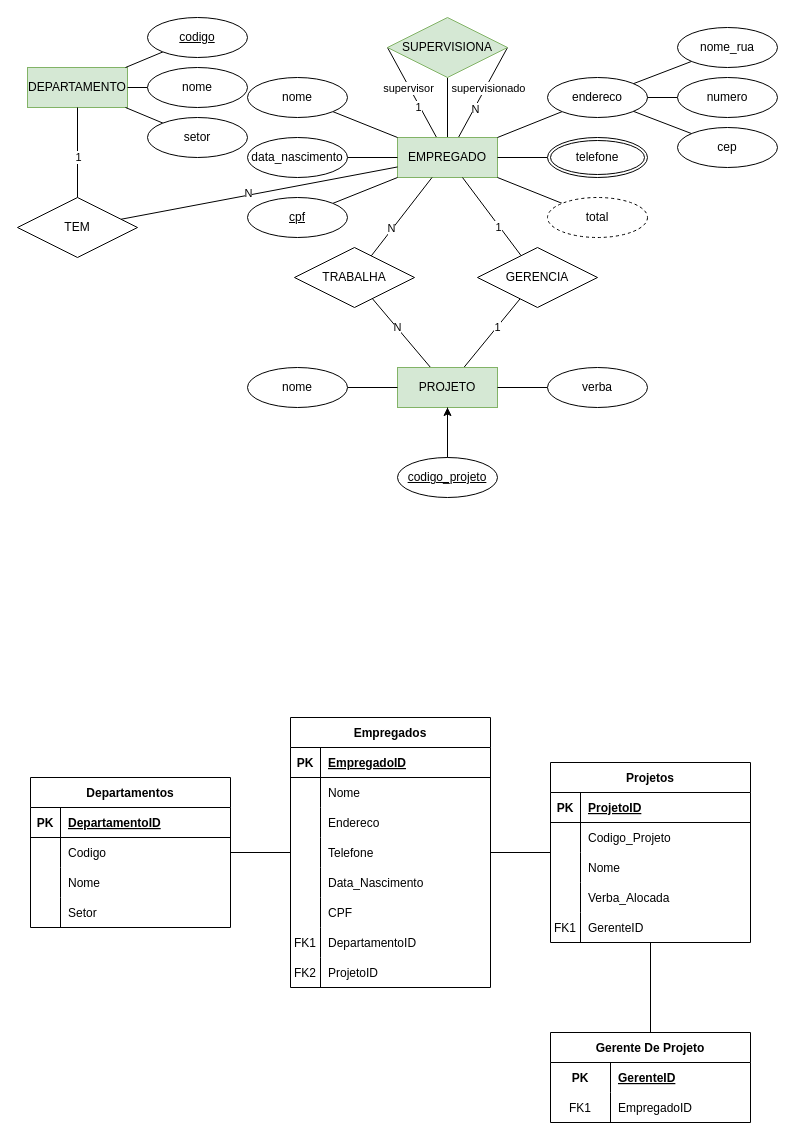
AristoEinstein/db-fundamentals keeps this draw.io diagram as aula2-minimundo-empresa.drawio. Above is the earlier version. Source tidied: cells renumbered, new cells numbered last; positions are measured from the earlier drawing's top-left corner, leaving out a move shared by most shapes. Both pictures are drawn from the tidied source at 100%, with x=0, y=0 at pixel (17, 17).
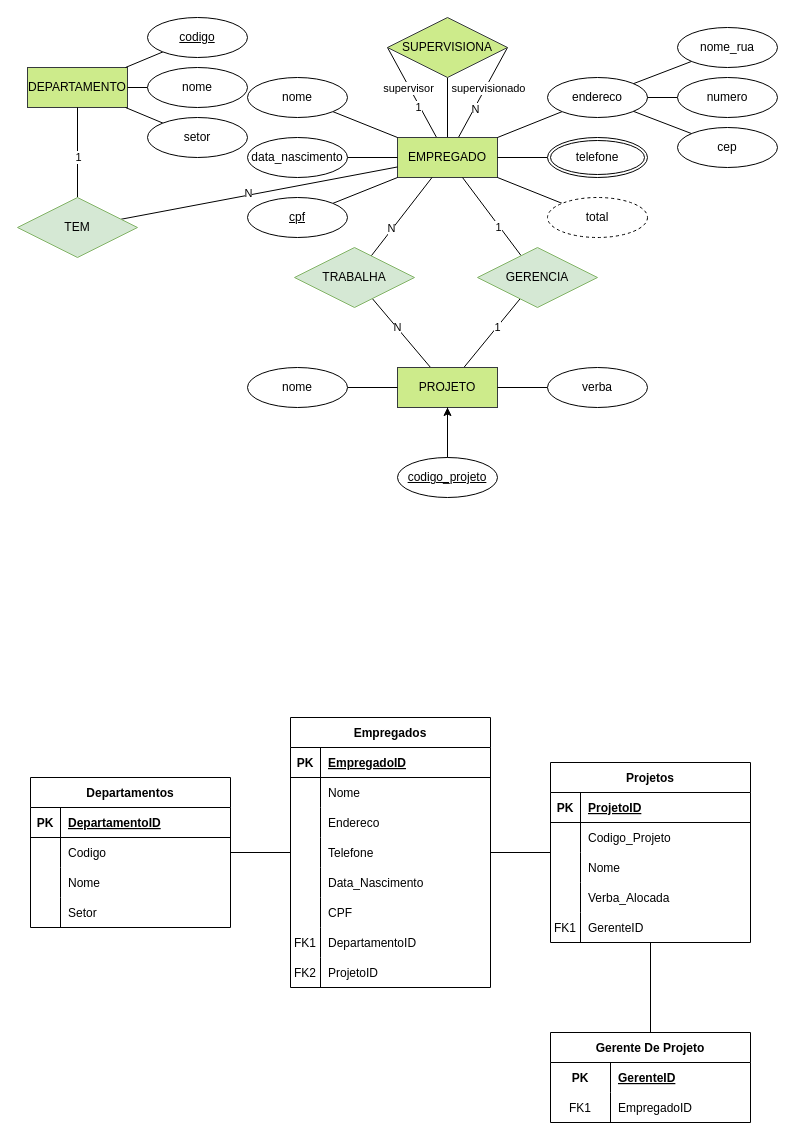
The same diagram, later.

What changed in the source:
```diff
@@
-    <mxCell id="66" value="DEPARTAMENTO" style="whiteSpace=wrap;html=1;align=center;fillColor=#d5e8d4;strokeColor=#82b366;" parent="1" vertex="1">
+    <mxCell id="66" value="DEPARTAMENTO" style="whiteSpace=wrap;html=1;align=center;fillColor=#cdeb8b;strokeColor=#36393d;" parent="1" vertex="1">
       <mxGeometry x="10" y="50" width="100" height="40" as="geometry" />
     </mxCell>
@@
-    <mxCell id="80" value="EMPREGADO" style="whiteSpace=wrap;html=1;align=center;fillColor=#d5e8d4;strokeColor=#82b366;" parent="1" vertex="1">
+    <mxCell id="80" value="EMPREGADO" style="whiteSpace=wrap;html=1;align=center;fillColor=#cdeb8b;strokeColor=#36393d;" parent="1" vertex="1">
       <mxGeometry x="380" y="120" width="100" height="40" as="geometry" />
     </mxCell>
@@
-    <mxCell id="93" value="PROJETO" style="whiteSpace=wrap;html=1;align=center;fillColor=#d5e8d4;strokeColor=#82b366;" parent="1" vertex="1">
+    <mxCell id="93" value="PROJETO" style="whiteSpace=wrap;html=1;align=center;fillColor=#cdeb8b;strokeColor=#36393d;" parent="1" vertex="1">
       <mxGeometry x="380" y="350" width="100" height="40" as="geometry" />
     </mxCell>
@@
-    <mxCell id="111" value="TRABALHA&lt;br&gt;" style="shape=rhombus;perimeter=rhombusPerimeter;whiteSpace=wrap;html=1;align=center;" parent="1" vertex="1">
+    <mxCell id="111" value="TRABALHA&lt;br&gt;" style="shape=rhombus;perimeter=rhombusPerimeter;whiteSpace=wrap;html=1;align=center;fillColor=#d5e8d4;strokeColor=#82b366;" parent="1" vertex="1">
       <mxGeometry x="277" y="230" width="120" height="60" as="geometry" />
     </mxCell>
@@
-    <mxCell id="114" value="GERENCIA" style="shape=rhombus;perimeter=rhombusPerimeter;whiteSpace=wrap;html=1;align=center;" parent="1" vertex="1">
+    <mxCell id="114" value="GERENCIA" style="shape=rhombus;perimeter=rhombusPerimeter;whiteSpace=wrap;html=1;align=center;fillColor=#d5e8d4;strokeColor=#82b366;" parent="1" vertex="1">
       <mxGeometry x="460" y="230" width="120" height="60" as="geometry" />
     </mxCell>
@@
-    <mxCell id="119" value="TEM&lt;br&gt;" style="shape=rhombus;perimeter=rhombusPerimeter;whiteSpace=wrap;html=1;align=center;" parent="1" vertex="1">
+    <mxCell id="119" value="TEM&lt;br&gt;" style="shape=rhombus;perimeter=rhombusPerimeter;whiteSpace=wrap;html=1;align=center;fillColor=#d5e8d4;strokeColor=#82b366;" parent="1" vertex="1">
       <mxGeometry y="180" width="120" height="60" as="geometry" />
     </mxCell>
-    <mxCell id="120" value="SUPERVISIONA" style="shape=rhombus;perimeter=rhombusPerimeter;whiteSpace=wrap;html=1;align=center;fillColor=#d5e8d4;strokeColor=#82b366;" parent="1" vertex="1">
+    <mxCell id="120" value="SUPERVISIONA" style="shape=rhombus;perimeter=rhombusPerimeter;whiteSpace=wrap;html=1;align=center;fillColor=#cdeb8b;strokeColor=#36393d;" parent="1" vertex="1">
       <mxGeometry x="370" width="120" height="60" as="geometry" />
     </mxCell>
```
